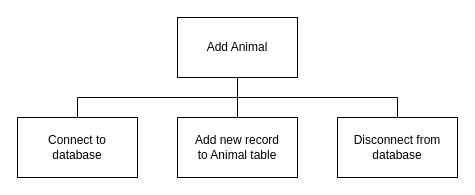
This is page "sd1" (8 of 10) of ah-cs/sdd/AH-SDD-Animals/assets/diagrams/AH-SDD-Animals.drawio from MrFriendCS/MrFriendCS.github.io, a draw.io file, before an edit. Source tidied: cells renumbered, new cells numbered last; positions are measured from the earlier drawing's top-left corner, leaving out a move shared by most shapes. Both pictures are drawn from the tidied source at 100%, with x=0, y=0 at pixel (17, 17).
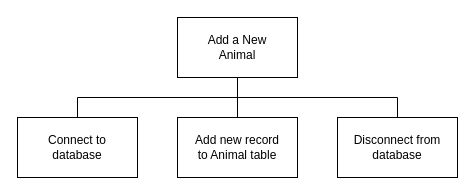
After the change.

Diff of the diagram source:
```diff
@@
 <mxGraphModel>
   <root>
     <mxCell id="0" />
     <mxCell id="1" parent="0" />
     <mxCell id="2" style="edgeStyle=orthogonalEdgeStyle;rounded=0;jettySize=auto;html=1;exitX=0.5;exitY=1;exitDx=0;exitDy=0;endArrow=none;endFill=0;" parent="1" edge="1" source="3">
       <mxGeometry relative="1" as="geometry">
         <mxPoint x="220" y="80" as="targetPoint" />
       </mxGeometry>
     </mxCell>
-    <mxCell id="3" value="Add Animal" style="rounded=0;whiteSpace=wrap;html=1;fillColor=none;" parent="1" vertex="1">
+    <mxCell id="3" value="Add a New&lt;div&gt;Animal&lt;/div&gt;" style="rounded=0;whiteSpace=wrap;html=1;fillColor=none;" parent="1" vertex="1">
       <mxGeometry x="160" width="120" height="60" as="geometry" />
     </mxCell>
     <mxCell id="4" style="edgeStyle=orthogonalEdgeStyle;shape=connector;rounded=0;jettySize=auto;html=1;exitX=0.5;exitY=0;exitDx=0;exitDy=0;strokeColor=default;align=center;verticalAlign=middle;fontFamily=Helvetica;fontSize=11;fontColor=default;labelBackgroundColor=default;endArrow=none;endFill=0;" parent="1" edge="1" source="5">
       <mxGeometry relative="1" as="geometry">
         <mxPoint x="60" y="80" as="targetPoint" />
       </mxGeometry>
     </mxCell>
     <mxCell id="5" value="Connect to&lt;div&gt;database&lt;/div&gt;" style="rounded=0;whiteSpace=wrap;html=1;fillColor=none;" parent="1" vertex="1">
       <mxGeometry y="100" width="120" height="60" as="geometry" />
     </mxCell>
     <mxCell id="6" style="edgeStyle=orthogonalEdgeStyle;shape=connector;rounded=0;jettySize=auto;html=1;exitX=0.5;exitY=0;exitDx=0;exitDy=0;strokeColor=default;align=center;verticalAlign=middle;fontFamily=Helvetica;fontSize=11;fontColor=default;labelBackgroundColor=default;endArrow=none;endFill=0;" parent="1" edge="1" source="7">
       <mxGeometry relative="1" as="geometry">
         <mxPoint x="220" y="80" as="targetPoint" />
       </mxGeometry>
     </mxCell>
     <mxCell id="7" value="Add new record&lt;div&gt;to Animal table&lt;/div&gt;" style="rounded=0;whiteSpace=wrap;html=1;fillColor=none;" parent="1" vertex="1">
       <mxGeometry x="160" y="100" width="120" height="60" as="geometry" />
     </mxCell>
     <mxCell id="8" style="endArrow=none;html=1;rounded=0;" parent="1" edge="1">
       <mxGeometry relative="1" as="geometry">
         <mxPoint x="60" y="80" as="sourcePoint" />
         <mxPoint x="380" y="80" as="targetPoint" />
       </mxGeometry>
     </mxCell>
     <mxCell id="9" style="edgeStyle=orthogonalEdgeStyle;rounded=0;jettySize=auto;html=1;exitX=0.5;exitY=0;exitDx=0;exitDy=0;endArrow=none;endFill=0;" parent="1" edge="1" source="10">
       <mxGeometry relative="1" as="geometry">
         <mxPoint x="380" y="80" as="targetPoint" />
       </mxGeometry>
     </mxCell>
     <mxCell id="10" value="Disconnect from&lt;div&gt;database&lt;/div&gt;" style="rounded=0;whiteSpace=wrap;html=1;fillColor=none;" parent="1" vertex="1">
       <mxGeometry x="320" y="100" width="120" height="60" as="geometry" />
     </mxCell>
   </root>
 </mxGraphModel>
```
